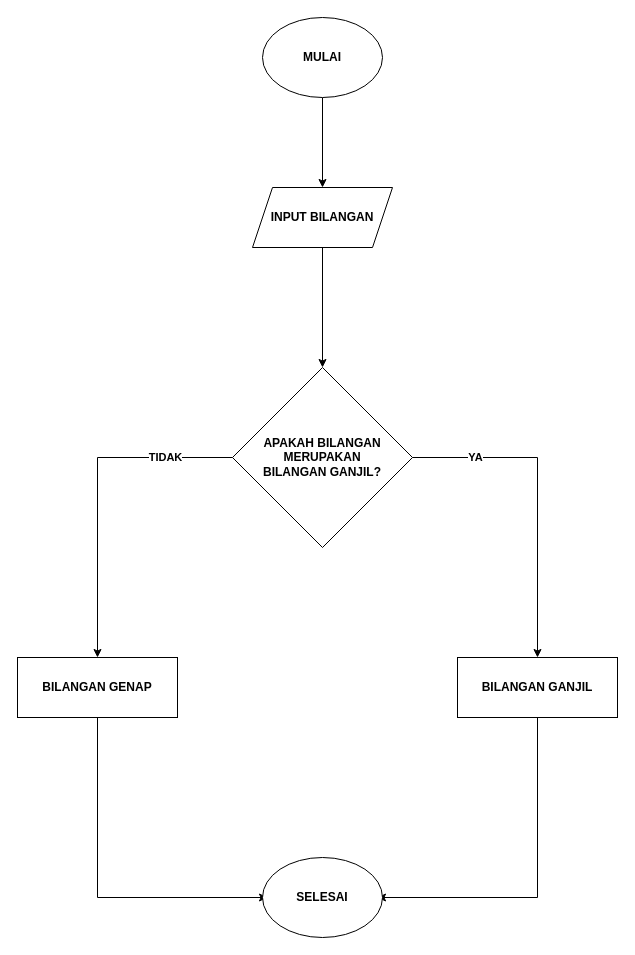
Before: Untitled Diagram.drawio in rezka22/Algo_C_23241111, a draw.io diagram. Source tidied: cells renumbered, new cells numbered last; positions are measured from the earlier drawing's top-left corner, leaving out a move shared by most shapes. Both pictures are drawn from the tidied source at 100%, with x=0, y=0 at pixel (17, 17).
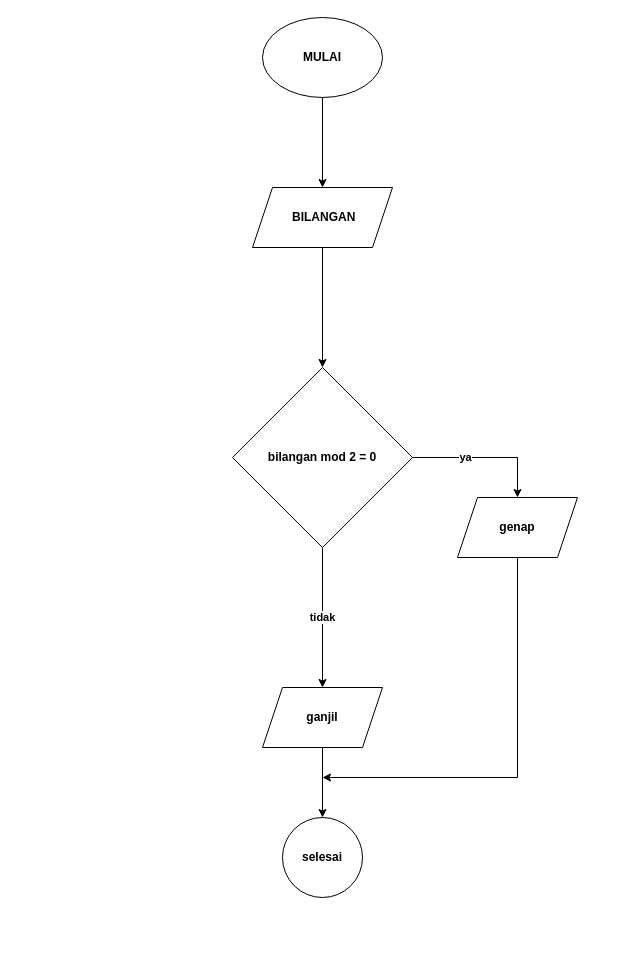
The same diagram, later.

Diff of the diagram source:
```diff
@@
-    <mxCell id="5" value="&lt;b&gt;INPUT BILANGAN&lt;/b&gt;" style="shape=parallelogram;perimeter=parallelogramPerimeter;whiteSpace=wrap;html=1;fixedSize=1;" parent="1" vertex="1">
+    <mxCell id="5" value="&lt;b&gt;&amp;nbsp;BILANGAN&lt;/b&gt;" style="shape=parallelogram;perimeter=parallelogramPerimeter;whiteSpace=wrap;html=1;fixedSize=1;" parent="1" vertex="1">
       <mxGeometry x="235" y="170" width="140" height="60" as="geometry" />
     </mxCell>
+    <mxCell id="18" value="tidak" style="edgeStyle=orthogonalEdgeStyle;rounded=0;jettySize=auto;html=1;fontStyle=1;" parent="1" edge="1" source="6" target="23">
+      <mxGeometry relative="1" as="geometry" />
+    </mxCell>
-    <mxCell id="6" value="APAKAH BILANGAN&lt;br&gt;MERUPAKAN&lt;br&gt;BILANGAN GANJIL?" style="rhombus;whiteSpace=wrap;html=1;fontStyle=1;" parent="1" vertex="1">
+    <mxCell id="6" value="bilangan mod 2 = 0" style="rhombus;whiteSpace=wrap;html=1;fontStyle=1;" parent="1" vertex="1">
       <mxGeometry x="215" y="350" width="180" height="180" as="geometry" />
     </mxCell>
-    <mxCell id="7" value="BILANGAN GENAP" style="rounded=0;whiteSpace=wrap;html=1;fontStyle=1;" parent="1" vertex="1">
-      <mxGeometry y="640" width="160" height="60" as="geometry" />
-    </mxCell>
-    <mxCell id="8" value="TIDAK" style="endArrow=none;html=1;rounded=0;entryX=0;entryY=0.5;entryDx=0;entryDy=0;fontStyle=1;" parent="1" edge="1" target="6">
-      <mxGeometry relative="1" as="geometry">
-        <mxPoint x="80" y="440" as="sourcePoint" />
-      </mxGeometry>
-    </mxCell>
-    <mxCell id="9" style="endArrow=classic;html=1;rounded=0;entryX=0.5;entryY=0;entryDx=0;entryDy=0;" parent="1" edge="1" target="7">
-      <mxGeometry relative="1" as="geometry">
-        <mxPoint x="80" y="440" as="sourcePoint" />
-      </mxGeometry>
-    </mxCell>
-    <mxCell id="10" value="&lt;b&gt;YA&lt;/b&gt;" style="endArrow=none;html=1;rounded=0;exitX=1;exitY=0.5;exitDx=0;exitDy=0;" parent="1" edge="1" source="6">
-      <mxGeometry relative="1" as="geometry">
-        <mxPoint x="520" y="440" as="targetPoint" />
-      </mxGeometry>
-    </mxCell>
-    <mxCell id="11" style="endArrow=classic;html=1;rounded=0;" parent="1" edge="1">
-      <mxGeometry relative="1" as="geometry">
-        <mxPoint x="520" y="440" as="sourcePoint" />
-        <mxPoint x="520" y="640" as="targetPoint" />
-      </mxGeometry>
-    </mxCell>
-    <mxCell id="12" value="BILANGAN GANJIL" style="rounded=0;whiteSpace=wrap;html=1;fontStyle=1;" parent="1" vertex="1">
-      <mxGeometry x="440" y="640" width="160" height="60" as="geometry" />
-    </mxCell>
-    <mxCell id="13" style="endArrow=none;html=1;rounded=0;entryX=0.5;entryY=1;entryDx=0;entryDy=0;" parent="1" edge="1" target="7">
-      <mxGeometry relative="1" as="geometry">
-        <mxPoint x="80" y="880" as="sourcePoint" />
-      </mxGeometry>
-    </mxCell>
-    <mxCell id="14" style="endArrow=none;html=1;rounded=0;entryX=0.5;entryY=1;entryDx=0;entryDy=0;" parent="1" edge="1" target="12">
-      <mxGeometry relative="1" as="geometry">
-        <mxPoint x="520" y="880" as="sourcePoint" />
-      </mxGeometry>
-    </mxCell>
-    <mxCell id="15" style="endArrow=classic;html=1;rounded=0;entryX=0.042;entryY=0.5;entryDx=0;entryDy=0;entryPerimeter=0;" parent="1" edge="1" target="17">
-      <mxGeometry relative="1" as="geometry">
-        <mxPoint x="80" y="880" as="sourcePoint" />
-      </mxGeometry>
-    </mxCell>
-    <mxCell id="16" style="endArrow=classic;html=1;rounded=0;" parent="1" edge="1">
-      <mxGeometry relative="1" as="geometry">
-        <mxPoint x="520" y="880" as="sourcePoint" />
-        <mxPoint x="360" y="880" as="targetPoint" />
-      </mxGeometry>
-    </mxCell>
-    <mxCell id="17" value="SELESAI" style="ellipse;whiteSpace=wrap;html=1;fontStyle=1;" parent="1" vertex="1">
-      <mxGeometry x="245" y="840" width="120" height="80" as="geometry" />
-    </mxCell>
+    <mxCell id="19" value="&lt;b&gt;genap&lt;/b&gt;" style="shape=parallelogram;perimeter=parallelogramPerimeter;whiteSpace=wrap;html=1;fixedSize=1;" parent="1" vertex="1">
+      <mxGeometry x="440" y="480" width="120" height="60" as="geometry" />
+    </mxCell>
+    <mxCell id="20" value="ya" style="endArrow=none;html=1;rounded=0;exitX=1;exitY=0.5;exitDx=0;exitDy=0;fontStyle=1;" parent="1" edge="1" source="6">
+      <mxGeometry relative="1" as="geometry">
+        <mxPoint x="500" y="440" as="targetPoint" />
+      </mxGeometry>
+    </mxCell>
+    <mxCell id="21" style="endArrow=classic;html=1;rounded=0;" parent="1" edge="1" target="19">
+      <mxGeometry relative="1" as="geometry">
+        <mxPoint x="500" y="440" as="sourcePoint" />
+      </mxGeometry>
+    </mxCell>
+    <mxCell id="22" style="edgeStyle=orthogonalEdgeStyle;rounded=0;jettySize=auto;html=1;" parent="1" edge="1" source="23" target="25">
+      <mxGeometry relative="1" as="geometry" />
+    </mxCell>
+    <mxCell id="23" value="&lt;b&gt;ganjil&lt;/b&gt;" style="shape=parallelogram;perimeter=parallelogramPerimeter;whiteSpace=wrap;html=1;fixedSize=1;fontStyle=1;" parent="1" vertex="1">
+      <mxGeometry x="245" y="670" width="120" height="60" as="geometry" />
+    </mxCell>
+    <mxCell id="24" style="endArrow=none;html=1;rounded=0;entryX=0.5;entryY=1;entryDx=0;entryDy=0;" parent="1" edge="1" target="19">
+      <mxGeometry relative="1" as="geometry">
+        <mxPoint x="500" y="760" as="sourcePoint" />
+      </mxGeometry>
+    </mxCell>
+    <mxCell id="25" value="selesai" style="ellipse;whiteSpace=wrap;html=1;fontStyle=1;" parent="1" vertex="1">
+      <mxGeometry x="265" y="800" width="80" height="80" as="geometry" />
+    </mxCell>
+    <mxCell id="26" style="endArrow=classic;html=1;rounded=0;" parent="1" edge="1">
+      <mxGeometry relative="1" as="geometry">
+        <mxPoint x="500" y="760" as="sourcePoint" />
+        <mxPoint x="305" y="760" as="targetPoint" />
+      </mxGeometry>
+    </mxCell>
```
